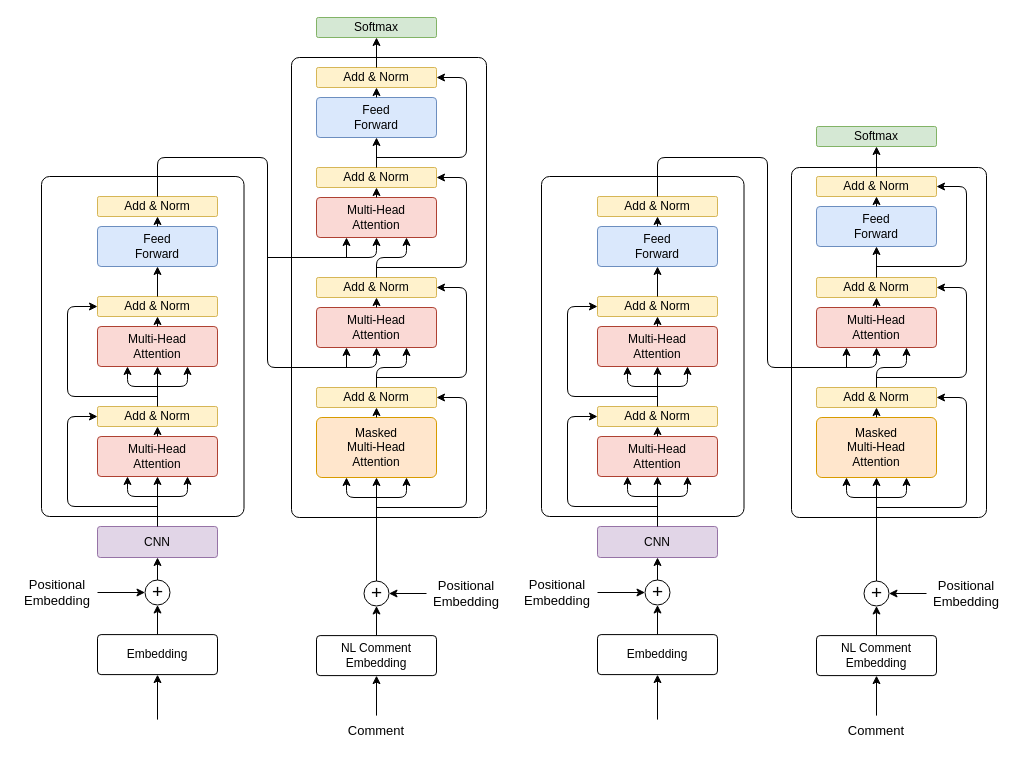
KIE-KID/ALSI-Transformer keeps this draw.io diagram as Untitled Diagram.drawio. Above is the earlier version. Source tidied: cells renumbered, new cells numbered last; positions are measured from the earlier drawing's top-left corner, leaving out a move shared by most shapes. Both pictures are drawn from the tidied source at 100%, with x=0, y=0 at pixel (17, 17).
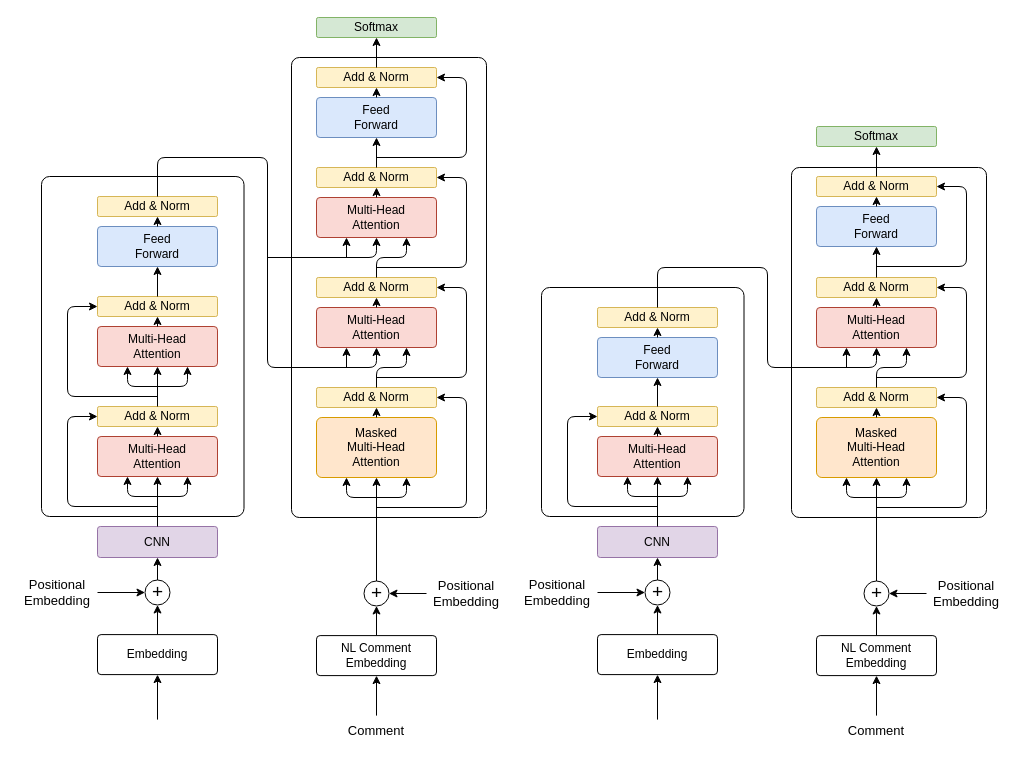
The same page after the edit.

Unchanged cells that the change refers to:
```xml
<mxCell id="74" value="Add &amp;amp; Norm" style="rounded=1;whiteSpace=wrap;html=1;fontSize=12;glass=0;strokeWidth=1;shadow=0;arcSize=9;fillColor=#fff2cc;strokeColor=#d6b656;" parent="1" vertex="1">
  <mxGeometry x="580" y="389" width="120" height="20" as="geometry" />
</mxCell>
<mxCell id="109" value="Multi-Head&lt;br&gt;Attention" style="rounded=1;whiteSpace=wrap;html=1;fontSize=12;glass=0;strokeWidth=1;shadow=0;arcSize=9;fillColor=#fad9d5;strokeColor=#ae4132;" parent="1" vertex="1">
  <mxGeometry x="799" y="290" width="120" height="40" as="geometry" />
</mxCell>
```

Change to the diagram source:
```diff
@@
     <mxCell id="65" style="rounded=1;whiteSpace=wrap;html=1;fontSize=13;arcSize=4;" parent="1" vertex="1">
-      <mxGeometry x="524" y="159" width="202.5" height="340" as="geometry" />
+      <mxGeometry x="524" y="270" width="202.5" height="229" as="geometry" />
     </mxCell>
@@
-    <mxCell id="77" style="endArrow=classic;html=1;rounded=0;fontSize=13;exitX=0.5;exitY=0;exitDx=0;exitDy=0;entryX=0.5;entryY=1;entryDx=0;entryDy=0;" parent="1" edge="1" source="74" target="84">
+    <mxCell id="77" style="endArrow=classic;html=1;rounded=0;fontSize=13;exitX=0.5;exitY=0;exitDx=0;exitDy=0;entryX=0.5;entryY=1;entryDx=0;entryDy=0;" parent="1" edge="1" source="74" target="79">
       <mxGeometry relative="1" as="geometry" />
     </mxCell>
@@
     <mxCell id="79" value="Feed&lt;br&gt;Forward" style="rounded=1;whiteSpace=wrap;html=1;fontSize=12;glass=0;strokeWidth=1;shadow=0;arcSize=9;fillColor=#dae8fc;strokeColor=#6c8ebf;" parent="1" vertex="1">
-      <mxGeometry x="580" y="209" width="120" height="40" as="geometry" />
+      <mxGeometry x="580" y="320" width="120" height="40" as="geometry" />
     </mxCell>
     <mxCell id="80" value="Add &amp;amp; Norm" style="rounded=1;whiteSpace=wrap;html=1;fontSize=12;glass=0;strokeWidth=1;shadow=0;arcSize=9;fillColor=#fff2cc;strokeColor=#d6b656;" parent="1" vertex="1">
-      <mxGeometry x="580" y="179" width="120" height="20" as="geometry" />
+      <mxGeometry x="580" y="290" width="120" height="20" as="geometry" />
     </mxCell>
@@
-    <mxCell id="84" value="Multi-Head&lt;br&gt;Attention" style="rounded=1;whiteSpace=wrap;html=1;fontSize=12;glass=0;strokeWidth=1;shadow=0;arcSize=9;fillColor=#fad9d5;strokeColor=#ae4132;" parent="1" vertex="1">
-      <mxGeometry x="580" y="309" width="120" height="40" as="geometry" />
-    </mxCell>
-    <mxCell id="85" value="Add &amp;amp; Norm" style="rounded=1;whiteSpace=wrap;html=1;fontSize=12;glass=0;strokeWidth=1;shadow=0;arcSize=9;fillColor=#fff2cc;strokeColor=#d6b656;" parent="1" vertex="1">
-      <mxGeometry x="580" y="279" width="120" height="20" as="geometry" />
-    </mxCell>
-    <mxCell id="86" style="endArrow=classic;html=1;rounded=0;fontSize=13;exitX=0.5;exitY=0;exitDx=0;exitDy=0;entryX=0.5;entryY=1;entryDx=0;entryDy=0;" parent="1" edge="1" source="84" target="85">
-      <mxGeometry relative="1" as="geometry" />
-    </mxCell>
-    <mxCell id="87" style="endArrow=classic;html=1;rounded=0;fontSize=13;exitX=0.5;exitY=0;exitDx=0;exitDy=0;entryX=0.5;entryY=1;entryDx=0;entryDy=0;" parent="1" edge="1" source="85" target="79">
-      <mxGeometry relative="1" as="geometry" />
-    </mxCell>
-    <mxCell id="88" style="endArrow=classic;html=1;rounded=1;fontSize=13;entryX=0;entryY=0.5;entryDx=0;entryDy=0;arcSize=15;" parent="1" edge="1" target="85">
-      <mxGeometry relative="1" as="geometry">
-        <mxPoint x="640" y="379" as="sourcePoint" />
-        <Array as="points">
-          <mxPoint x="550" y="379" />
-          <mxPoint x="550" y="289" />
-        </Array>
-      </mxGeometry>
-    </mxCell>
-    <mxCell id="89" style="endArrow=classic;html=1;rounded=1;fontSize=13;entryX=0.75;entryY=1;entryDx=0;entryDy=0;arcSize=15;" parent="1" edge="1" target="84">
-      <mxGeometry relative="1" as="geometry">
-        <mxPoint x="640" y="369" as="sourcePoint" />
-        <Array as="points">
-          <mxPoint x="670" y="369" />
-        </Array>
-      </mxGeometry>
-    </mxCell>
-    <mxCell id="90" style="endArrow=classic;html=1;rounded=1;fontSize=13;entryX=0.25;entryY=1;entryDx=0;entryDy=0;arcSize=15;" parent="1" edge="1" target="84">
-      <mxGeometry relative="1" as="geometry">
-        <mxPoint x="640" y="369" as="sourcePoint" />
-        <Array as="points">
-          <mxPoint x="610" y="369" />
-        </Array>
-      </mxGeometry>
-    </mxCell>
@@
     <mxCell id="113" style="endArrow=classic;html=1;fontSize=13;exitX=0.5;exitY=0;exitDx=0;exitDy=0;entryX=0.5;entryY=1;entryDx=0;entryDy=0;edgeStyle=orthogonalEdgeStyle;rounded=1;arcSize=15;" parent="1" edge="1" source="80" target="109">
       <mxGeometry relative="1" as="geometry">
         <Array as="points">
-          <mxPoint x="640" y="140" />
-          <mxPoint x="750" y="140" />
+          <mxPoint x="640" y="250" />
+          <mxPoint x="750" y="250" />
           <mxPoint x="750" y="350" />
           <mxPoint x="859" y="350" />
         </Array>
       </mxGeometry>
     </mxCell>
```
